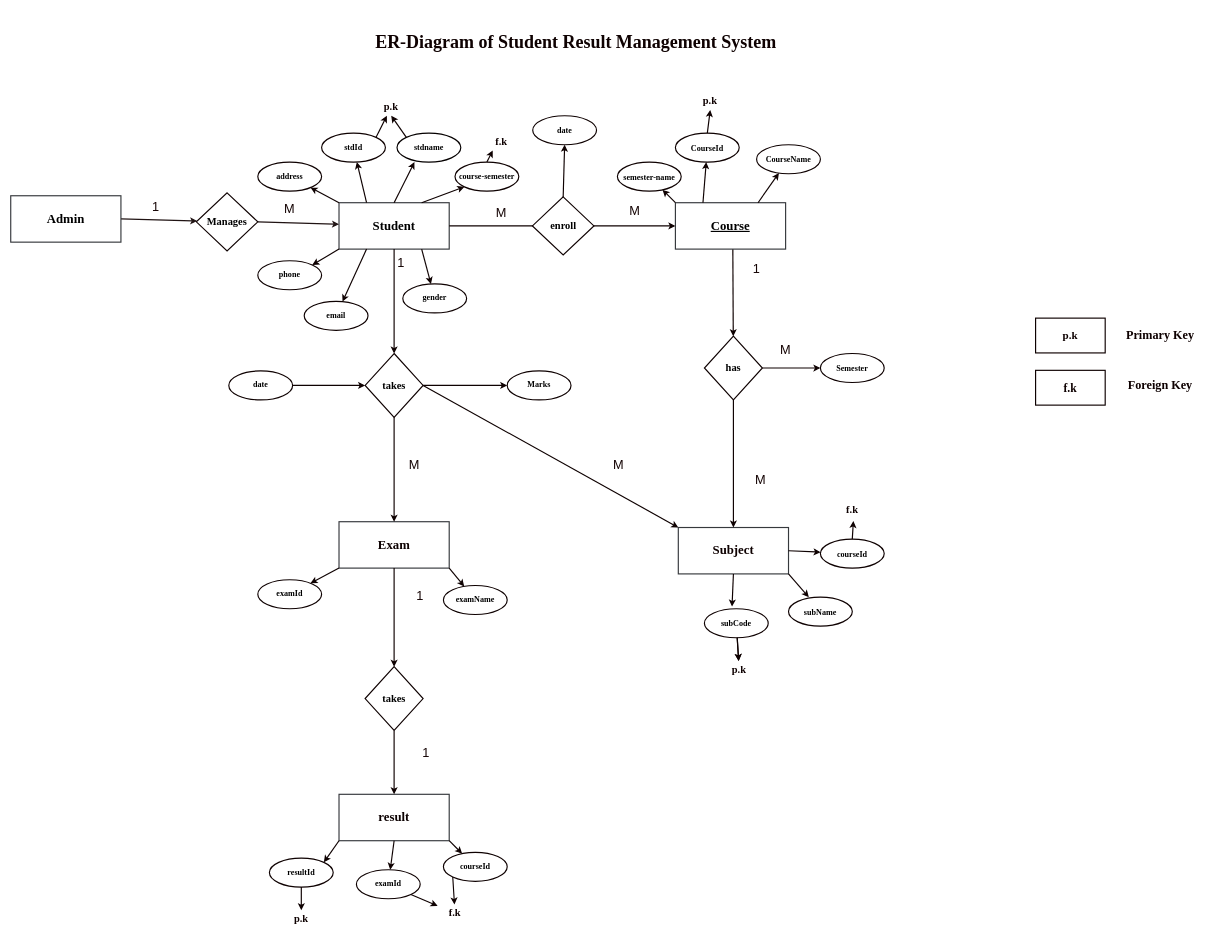
Above: schemas/.drawio in dipeshdeula/Project-I (draw.io), before the change. Source tidied: cells renumbered, new cells numbered last; positions are measured from the earlier drawing's top-left corner, leaving out a move shared by most shapes. Both pictures are drawn from the tidied source at 58%, with x=0, y=0 at pixel (10, 10).
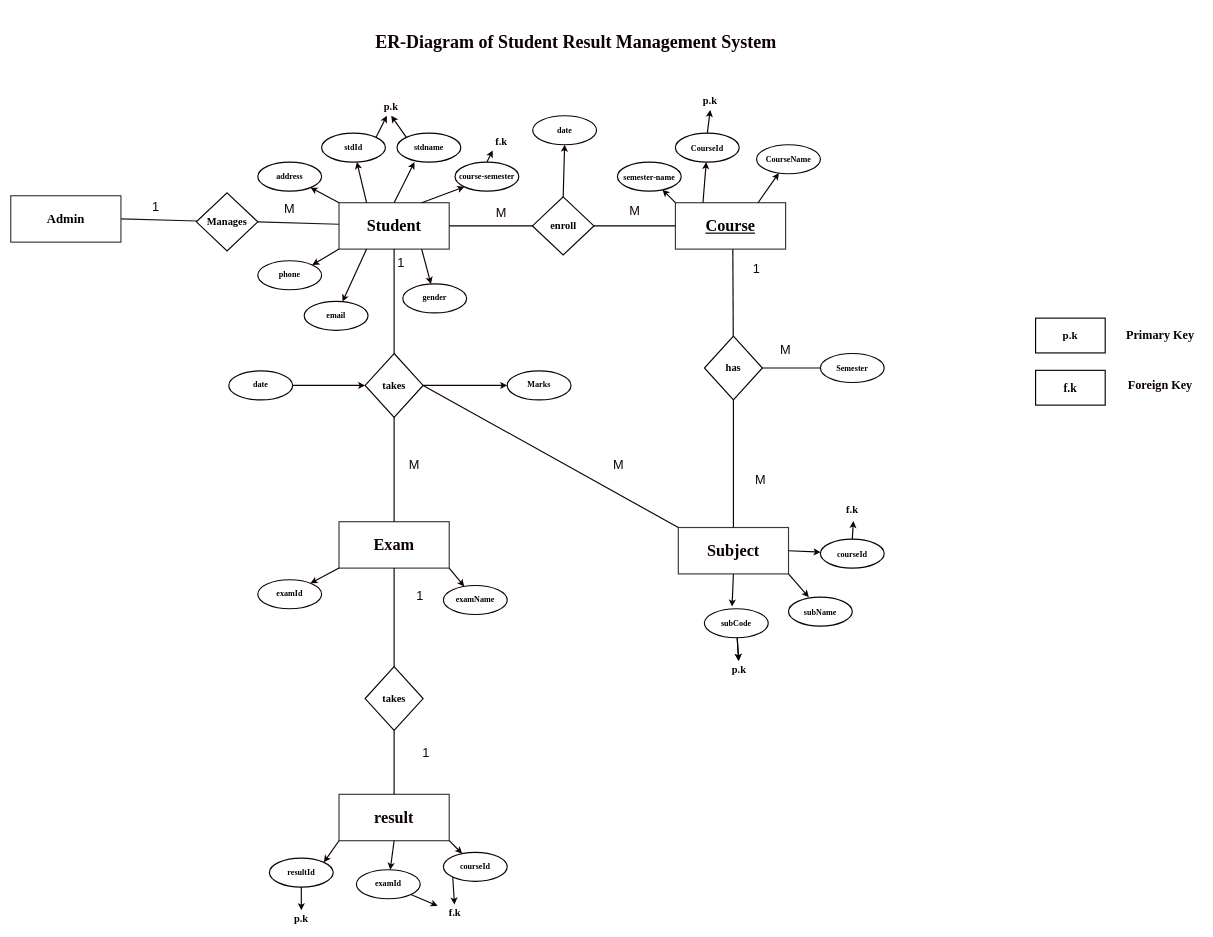
Above is the later version.

The change refers to these unchanged cells:
```xml
<mxCell id="2" style="group;" parent="1" vertex="1">
  <mxGeometry y="32" width="2057" height="1550" as="geometry" />
</mxCell>
<mxCell id="3" style="group;" parent="2" vertex="1">
  <mxGeometry x="376" width="1681" height="1550" as="geometry" />
</mxCell>
<mxCell id="24" value="&lt;b&gt;has&lt;/b&gt;" style="rhombus;whiteSpace=wrap;html=1;strokeColor=#0e0101;strokeWidth=2;fontFamily=Times New Roman;fontSize=18;fontColor=#000000;fillColor=#ffffff;" parent="3" vertex="1">
  <mxGeometry x="820" y="530" width="100" height="110" as="geometry" />
</mxCell>
<mxCell id="34" value="&lt;span style=&quot;font-size: 14px;&quot;&gt;&lt;b&gt;Semester&lt;/b&gt;&lt;/span&gt;" style="ellipse;whiteSpace=wrap;html=1;fillColor=#ffffff;strokeWidth=2;strokeColor=#0e0101;fontFamily=Times New Roman;fontSize=18;fontColor=#000000;" parent="3" vertex="1">
  <mxGeometry x="1020" y="560" width="110" height="50" as="geometry" />
</mxCell>
<mxCell id="37" value="&lt;b&gt;takes&lt;/b&gt;" style="rhombus;whiteSpace=wrap;html=1;strokeColor=#0e0101;strokeWidth=2;fontFamily=Times New Roman;fontSize=18;fontColor=#000000;fillColor=#ffffff;" parent="3" vertex="1">
  <mxGeometry x="235" y="560" width="100" height="110" as="geometry" />
</mxCell>
<mxCell id="53" value="&lt;b&gt;takes&lt;/b&gt;" style="rhombus;whiteSpace=wrap;html=1;strokeColor=#0e0101;strokeWidth=2;fontFamily=Times New Roman;fontSize=18;fontColor=#000000;fillColor=#ffffff;" parent="3" vertex="1">
  <mxGeometry x="235" y="1100" width="100" height="110" as="geometry" />
</mxCell>
<mxCell id="88" value="&lt;b&gt;Manages&lt;/b&gt;" style="rhombus;whiteSpace=wrap;html=1;strokeColor=#0e0101;strokeWidth=2;fontFamily=Times New Roman;fontSize=18;fontColor=#000000;fillColor=#ffffff;" parent="3" vertex="1">
  <mxGeometry x="-56" y="283" width="106" height="100" as="geometry" />
</mxCell>
<mxCell id="102" value="&lt;font size=&quot;1&quot; style=&quot;&quot; face=&quot;Times New Roman&quot; color=&quot;#000000&quot;&gt;&lt;b style=&quot;font-size: 22px;&quot;&gt;Admin&lt;/b&gt;&lt;/font&gt;" style="whiteSpace=wrap;html=1;fillColor=#FFFFFF;strokeColor=#36393d;strokeWidth=2;" parent="2" vertex="1">
  <mxGeometry y="288" width="190" height="80" as="geometry" />
</mxCell>
```

The edit, as a diff of the source:
```diff
@@
-    <mxCell id="4" value="&lt;font size=&quot;1&quot; style=&quot;&quot; face=&quot;Times New Roman&quot; color=&quot;#000000&quot;&gt;&lt;b style=&quot;font-size: 22px;&quot;&gt;Student&lt;/b&gt;&lt;/font&gt;" style="whiteSpace=wrap;html=1;fillColor=#FFFFFF;strokeColor=#36393d;strokeWidth=2;" parent="3" vertex="1">
+    <mxCell id="4" value="&lt;font size=&quot;1&quot; style=&quot;&quot; face=&quot;Times New Roman&quot; color=&quot;#000000&quot;&gt;&lt;b style=&quot;font-size: 28px;&quot;&gt;Student&lt;/b&gt;&lt;/font&gt;" style="whiteSpace=wrap;html=1;fillColor=#FFFFFF;strokeColor=#36393d;strokeWidth=2;" parent="3" vertex="1">
       <mxGeometry x="190" y="300" width="190" height="80" as="geometry" />
     </mxCell>
-    <mxCell id="5" value="&lt;font size=&quot;1&quot; color=&quot;#0e0101&quot; style=&quot;&quot; face=&quot;Times New Roman&quot;&gt;&lt;b style=&quot;font-size: 22px;&quot;&gt;Subject&lt;/b&gt;&lt;/font&gt;" style="whiteSpace=wrap;html=1;fillColor=#FFFFFF;strokeColor=#36393d;strokeWidth=2;" parent="3" vertex="1">
+    <mxCell id="5" value="&lt;font size=&quot;1&quot; color=&quot;#0e0101&quot; style=&quot;&quot; face=&quot;Times New Roman&quot;&gt;&lt;b style=&quot;font-size: 28px;&quot;&gt;Subject&lt;/b&gt;&lt;/font&gt;" style="whiteSpace=wrap;html=1;fillColor=#FFFFFF;strokeColor=#36393d;strokeWidth=2;" parent="3" vertex="1">
       <mxGeometry x="775" y="860" width="190" height="80" as="geometry" />
     </mxCell>
-    <mxCell id="6" style="edgeStyle=none;html=1;exitX=0.5;exitY=1;exitDx=0;exitDy=0;strokeColor=#0e0101;strokeWidth=2;fontFamily=Times New Roman;fontSize=18;fontColor=#000000;" parent="3" edge="1" target="24">
+    <mxCell id="6" style="edgeStyle=none;html=1;exitX=0.5;exitY=1;exitDx=0;exitDy=0;strokeColor=#0e0101;strokeWidth=2;fontFamily=Times New Roman;fontSize=18;fontColor=#000000;endArrow=none;endFill=0;" parent="3" edge="1" target="24">
       <mxGeometry relative="1" as="geometry">
         <mxPoint x="869" y="380" as="sourcePoint" />
       </mxGeometry>
     </mxCell>
-    <mxCell id="7" value="&lt;font size=&quot;1&quot; color=&quot;#000000&quot; style=&quot;&quot; face=&quot;Times New Roman&quot;&gt;&lt;b style=&quot;&quot;&gt;&lt;u style=&quot;font-size: 22px;&quot;&gt;Course&lt;/u&gt;&lt;/b&gt;&lt;/font&gt;" style="whiteSpace=wrap;html=1;fillColor=#FFFFFF;strokeColor=#36393d;strokestyle=dotted;strokeWidth=2;" parent="3" vertex="1">
+    <mxCell id="7" value="&lt;font size=&quot;1&quot; color=&quot;#000000&quot; style=&quot;&quot; face=&quot;Times New Roman&quot;&gt;&lt;b style=&quot;&quot;&gt;&lt;u style=&quot;font-size: 28px;&quot;&gt;Course&lt;/u&gt;&lt;/b&gt;&lt;/font&gt;" style="whiteSpace=wrap;html=1;fillColor=#FFFFFF;strokeColor=#36393d;strokestyle=dotted;strokeWidth=2;" parent="3" vertex="1">
       <mxGeometry x="770" y="300" width="190" height="80" as="geometry" />
     </mxCell>
-    <mxCell id="8" style="edgeStyle=none;html=1;exitX=1;exitY=0.5;exitDx=0;exitDy=0;entryX=0;entryY=0.5;entryDx=0;entryDy=0;fontFamily=Times New Roman;fontSize=14;fontColor=#000000;strokeColor=#0e0101;strokeWidth=2;" parent="3" edge="1" source="4" target="7">
+    <mxCell id="8" style="edgeStyle=none;html=1;exitX=1;exitY=0.5;exitDx=0;exitDy=0;entryX=0;entryY=0.5;entryDx=0;entryDy=0;fontFamily=Times New Roman;fontSize=14;fontColor=#000000;strokeColor=#0e0101;strokeWidth=2;endArrow=none;endFill=0;" parent="3" edge="1" source="4" target="7">
       <mxGeometry relative="1" as="geometry" />
     </mxCell>
@@
-    <mxCell id="23" style="edgeStyle=none;html=1;exitX=0.5;exitY=1;exitDx=0;exitDy=0;strokeColor=#0e0101;strokeWidth=2;fontFamily=Times New Roman;fontSize=18;fontColor=#000000;" parent="3" edge="1" source="24" target="5">
+    <mxCell id="23" style="edgeStyle=none;html=1;exitX=0.5;exitY=1;exitDx=0;exitDy=0;strokeColor=#0e0101;strokeWidth=2;fontFamily=Times New Roman;fontSize=18;fontColor=#000000;endArrow=none;endFill=0;" parent="3" edge="1" source="24" target="5">
       <mxGeometry relative="1" as="geometry" />
     </mxCell>
@@
-    <mxCell id="35" style="edgeStyle=none;html=1;exitX=1;exitY=0.5;exitDx=0;exitDy=0;strokeColor=#0e0101;strokeWidth=2;fontFamily=Times New Roman;fontSize=18;fontColor=#000000;" parent="3" edge="1" source="24" target="34">
+    <mxCell id="35" style="edgeStyle=none;html=1;exitX=1;exitY=0.5;exitDx=0;exitDy=0;strokeColor=#0e0101;strokeWidth=2;fontFamily=Times New Roman;fontSize=18;fontColor=#000000;endArrow=none;endFill=0;" parent="3" edge="1" source="24" target="34">
       <mxGeometry relative="1" as="geometry" />
     </mxCell>
-    <mxCell id="36" style="edgeStyle=none;html=1;exitX=1;exitY=0.5;exitDx=0;exitDy=0;entryX=0;entryY=0;entryDx=0;entryDy=0;strokeColor=#0e0101;strokeWidth=2;fontFamily=Times New Roman;fontSize=17;fontColor=#0e0101;" parent="3" edge="1" source="37" target="5">
+    <mxCell id="36" style="edgeStyle=none;html=1;exitX=1;exitY=0.5;exitDx=0;exitDy=0;entryX=0;entryY=0;entryDx=0;entryDy=0;strokeColor=#0e0101;strokeWidth=2;fontFamily=Times New Roman;fontSize=17;fontColor=#0e0101;endArrow=none;endFill=0;" parent="3" edge="1" source="37" target="5">
       <mxGeometry relative="1" as="geometry" />
     </mxCell>
@@
-    <mxCell id="38" style="edgeStyle=none;html=1;exitX=0.5;exitY=1;exitDx=0;exitDy=0;strokeColor=#0e0101;strokeWidth=2;fontFamily=Times New Roman;fontSize=18;fontColor=#000000;" parent="3" edge="1" source="4" target="37">
+    <mxCell id="38" style="edgeStyle=none;html=1;exitX=0.5;exitY=1;exitDx=0;exitDy=0;strokeColor=#0e0101;strokeWidth=2;fontFamily=Times New Roman;fontSize=18;fontColor=#000000;endArrow=none;endFill=0;" parent="3" edge="1" source="4" target="37">
       <mxGeometry relative="1" as="geometry" />
     </mxCell>
-    <mxCell id="39" value="&lt;font size=&quot;1&quot; color=&quot;#0d0202&quot; style=&quot;&quot; face=&quot;Times New Roman&quot;&gt;&lt;b style=&quot;font-size: 22px;&quot;&gt;Exam&lt;/b&gt;&lt;/font&gt;" style="whiteSpace=wrap;html=1;fillColor=#FFFFFF;strokeColor=#36393d;strokeWidth=2;" parent="3" vertex="1">
+    <mxCell id="39" value="&lt;font size=&quot;1&quot; color=&quot;#0d0202&quot; style=&quot;&quot; face=&quot;Times New Roman&quot;&gt;&lt;b style=&quot;font-size: 28px;&quot;&gt;Exam&lt;/b&gt;&lt;/font&gt;" style="whiteSpace=wrap;html=1;fillColor=#FFFFFF;strokeColor=#36393d;strokeWidth=2;" parent="3" vertex="1">
       <mxGeometry x="190" y="850" width="190" height="80" as="geometry" />
     </mxCell>
-    <mxCell id="40" style="edgeStyle=none;html=1;exitX=0.5;exitY=1;exitDx=0;exitDy=0;strokeColor=#0e0101;strokeWidth=2;fontFamily=Times New Roman;fontSize=18;fontColor=#000000;" parent="3" edge="1" source="37" target="39">
+    <mxCell id="40" style="edgeStyle=none;html=1;exitX=0.5;exitY=1;exitDx=0;exitDy=0;strokeColor=#0e0101;strokeWidth=2;fontFamily=Times New Roman;fontSize=18;fontColor=#000000;endArrow=none;endFill=0;" parent="3" edge="1" source="37" target="39">
       <mxGeometry relative="1" as="geometry" />
     </mxCell>
@@
-    <mxCell id="54" style="edgeStyle=none;html=1;exitX=0.5;exitY=1;exitDx=0;exitDy=0;strokeColor=#0e0101;strokeWidth=2;fontFamily=Times New Roman;fontSize=17;fontColor=#0e0101;" parent="3" edge="1" source="39" target="53">
+    <mxCell id="54" style="edgeStyle=none;html=1;exitX=0.5;exitY=1;exitDx=0;exitDy=0;strokeColor=#0e0101;strokeWidth=2;fontFamily=Times New Roman;fontSize=17;fontColor=#0e0101;endArrow=none;endFill=0;" parent="3" edge="1" source="39" target="53">
       <mxGeometry relative="1" as="geometry" />
     </mxCell>
-    <mxCell id="55" value="&lt;font size=&quot;1&quot; color=&quot;#0d0202&quot; style=&quot;&quot; face=&quot;Times New Roman&quot;&gt;&lt;b style=&quot;font-size: 22px;&quot;&gt;result&lt;/b&gt;&lt;/font&gt;" style="whiteSpace=wrap;html=1;fillColor=#FFFFFF;strokeColor=#36393d;strokeWidth=2;" parent="3" vertex="1">
+    <mxCell id="55" value="&lt;font size=&quot;1&quot; color=&quot;#0d0202&quot; style=&quot;&quot; face=&quot;Times New Roman&quot;&gt;&lt;b style=&quot;font-size: 28px;&quot;&gt;result&lt;/b&gt;&lt;/font&gt;" style="whiteSpace=wrap;html=1;fillColor=#FFFFFF;strokeColor=#36393d;strokeWidth=2;" parent="3" vertex="1">
       <mxGeometry x="190" y="1320" width="190" height="80" as="geometry" />
     </mxCell>
-    <mxCell id="56" style="edgeStyle=none;html=1;exitX=0.5;exitY=1;exitDx=0;exitDy=0;strokeColor=#0e0101;strokeWidth=2;fontFamily=Times New Roman;fontSize=17;fontColor=#0e0101;" parent="3" edge="1" source="53" target="55">
+    <mxCell id="56" style="edgeStyle=none;html=1;exitX=0.5;exitY=1;exitDx=0;exitDy=0;strokeColor=#0e0101;strokeWidth=2;fontFamily=Times New Roman;fontSize=17;fontColor=#0e0101;endArrow=none;endFill=0;" parent="3" edge="1" source="53" target="55">
       <mxGeometry relative="1" as="geometry" />
     </mxCell>
@@
-    <mxCell id="87" style="edgeStyle=none;html=1;exitX=1;exitY=0.5;exitDx=0;exitDy=0;strokeColor=#201313;strokeWidth=2;fontSize=22;" parent="3" edge="1" source="88" target="4">
+    <mxCell id="87" style="edgeStyle=none;html=1;exitX=1;exitY=0.5;exitDx=0;exitDy=0;strokeColor=#201313;strokeWidth=2;fontSize=22;endArrow=none;endFill=0;" parent="3" edge="1" source="88" target="4">
       <mxGeometry relative="1" as="geometry" />
     </mxCell>
@@
-    <mxCell id="101" style="edgeStyle=none;html=1;exitX=1;exitY=0.5;exitDx=0;exitDy=0;strokeColor=#201313;strokeWidth=2;fontSize=22;" parent="2" edge="1" source="102" target="88">
+    <mxCell id="101" style="edgeStyle=none;html=1;exitX=1;exitY=0.5;exitDx=0;exitDy=0;strokeColor=#201313;strokeWidth=2;fontSize=22;endArrow=none;endFill=0;" parent="2" edge="1" source="102" target="88">
       <mxGeometry relative="1" as="geometry" />
     </mxCell>
```
